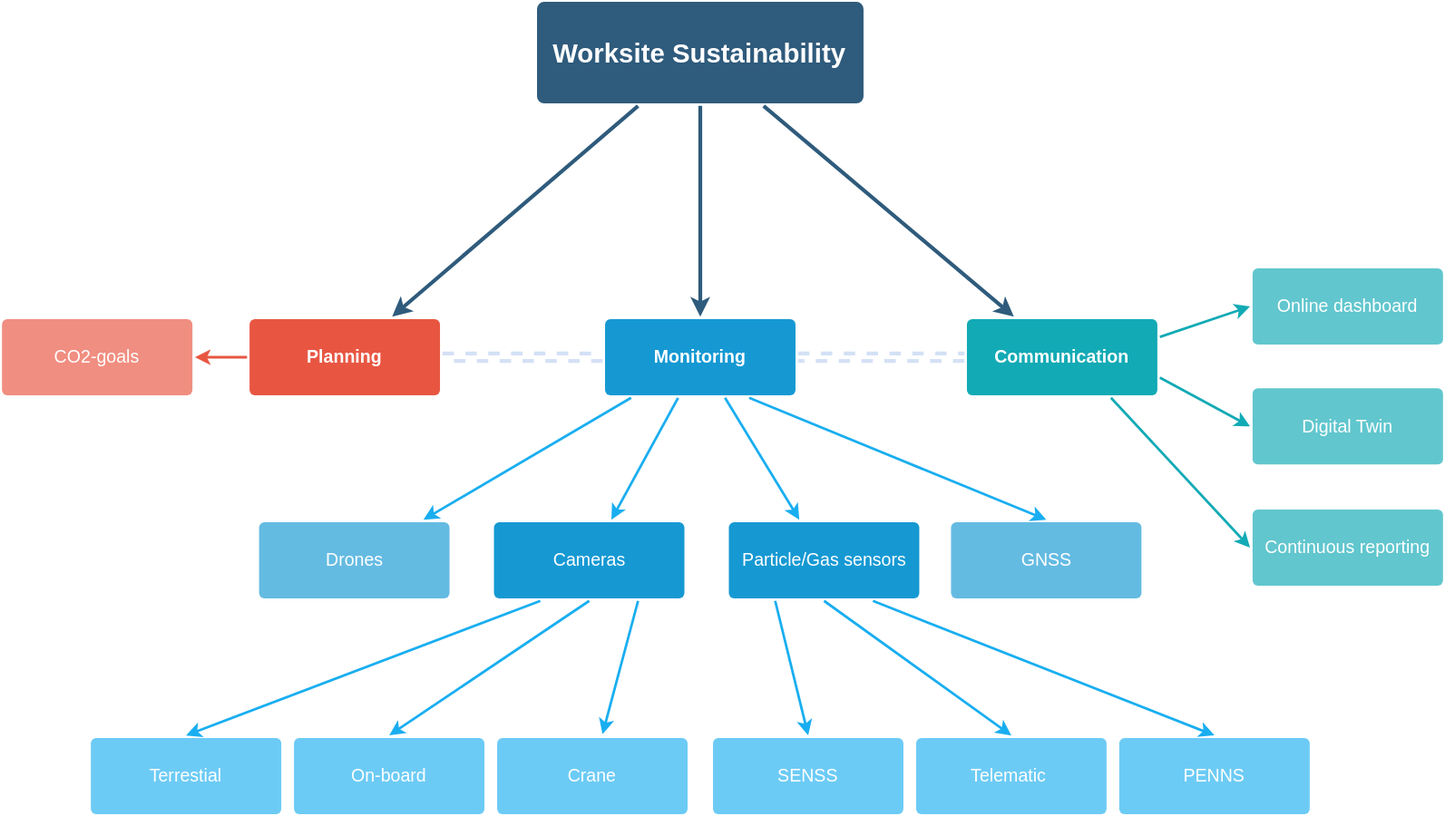
Kristoffernegendahl/Femern keeps this draw.io diagram as diagrams/Sustainability.svg. Above is the earlier version. Source tidied: cells renumbered, new cells last; positions are measured from the earlier drawing's top-left corner, leaving out a move shared by most shapes.
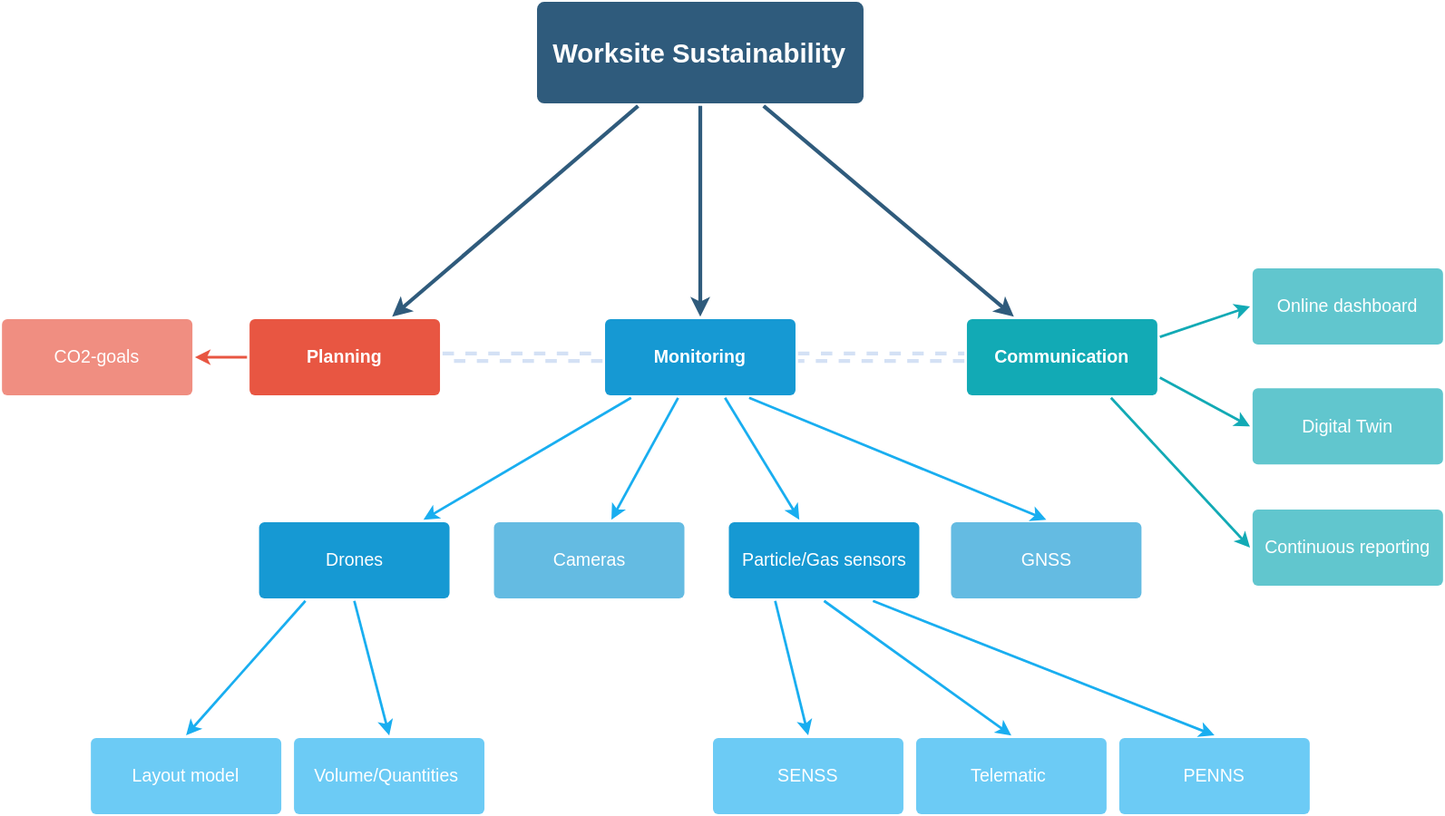
Above is the later version.

Change to the diagram source:
```diff
@@ -56,19 +56,16 @@
     <mxCell id="19" value="Particle/Gas sensors" style="rounded=1;whiteSpace=wrap;html=1;shadow=0;labelBackgroundColor=none;strokeColor=none;strokeWidth=3;fillColor=#1699D3;fontFamily=Helvetica;fontSize=14;fontColor=#FFFFFF;align=center;spacing=5;arcSize=7;perimeterSpacing=2;" parent="1" vertex="1">
       <mxGeometry x="572.5" y="410" width="150" height="60" as="geometry" />
     </mxCell>
-    <mxCell id="20" style="edgeStyle=none;rounded=0;jettySize=auto;html=1;exitX=0.25;exitY=1;exitDx=0;exitDy=0;entryX=0.5;entryY=0;entryDx=0;entryDy=0;strokeColor=#19AEF0;strokeWidth=2;endSize=6;startSize=1;" parent="1" edge="1" source="23" target="31">
-      <mxGeometry relative="1" as="geometry" />
-    </mxCell>
-    <mxCell id="21" style="edgeStyle=none;rounded=0;jettySize=auto;html=1;exitX=0.5;exitY=1;exitDx=0;exitDy=0;entryX=0.5;entryY=0;entryDx=0;entryDy=0;strokeColor=#19AEF0;strokeWidth=2;endSize=6;startSize=1;" parent="1" edge="1" source="23" target="32">
-      <mxGeometry relative="1" as="geometry" />
-    </mxCell>
-    <mxCell id="22" style="edgeStyle=none;rounded=0;jettySize=auto;html=1;exitX=0.75;exitY=1;exitDx=0;exitDy=0;entryX=0.552;entryY=-0.016;entryDx=0;entryDy=0;entryPerimeter=0;strokeColor=#19AEF0;strokeWidth=2;endSize=6;startSize=1;" parent="1" edge="1" source="23" target="33">
-      <mxGeometry relative="1" as="geometry" />
-    </mxCell>
-    <mxCell id="23" value="Cameras" style="rounded=1;whiteSpace=wrap;html=1;shadow=0;labelBackgroundColor=none;strokeColor=none;strokeWidth=3;fillColor=#1699D3;fontFamily=Helvetica;fontSize=14;fontColor=#FFFFFF;align=center;spacing=5;arcSize=7;perimeterSpacing=2;" parent="1" vertex="1">
+    <mxCell id="23" value="Cameras" style="rounded=1;whiteSpace=wrap;html=1;shadow=0;labelBackgroundColor=none;strokeColor=none;strokeWidth=3;fillColor=#64BBE2;fontFamily=Helvetica;fontSize=14;fontColor=#FFFFFF;align=center;spacing=5;arcSize=7;perimeterSpacing=2;" parent="1" vertex="1">
       <mxGeometry x="387.5" y="410" width="150" height="60" as="geometry" />
     </mxCell>
+    <mxCell id="39" style="edgeStyle=none;rounded=0;jettySize=auto;html=1;exitX=0.25;exitY=1;exitDx=0;exitDy=0;entryX=0.5;entryY=0;entryDx=0;entryDy=0;fontSize=21;strokeColor=#19AEF0;strokeWidth=2;" parent="1" edge="1" source="24" target="31">
+      <mxGeometry relative="1" as="geometry" />
+    </mxCell>
+    <mxCell id="40" style="edgeStyle=none;rounded=0;jettySize=auto;html=1;exitX=0.5;exitY=1;exitDx=0;exitDy=0;entryX=0.5;entryY=0;entryDx=0;entryDy=0;fontSize=21;strokeColor=#19AEF0;strokeWidth=2;" parent="1" edge="1" source="24" target="32">
+      <mxGeometry relative="1" as="geometry" />
+    </mxCell>
-    <mxCell id="24" value="Drones" style="rounded=1;whiteSpace=wrap;html=1;shadow=0;labelBackgroundColor=none;strokeColor=none;strokeWidth=3;fillColor=#64bbe2;fontFamily=Helvetica;fontSize=14;fontColor=#FFFFFF;align=center;spacing=5;arcSize=7;perimeterSpacing=2;" parent="1" vertex="1">
+    <mxCell id="24" value="Drones" style="rounded=1;whiteSpace=wrap;html=1;shadow=0;labelBackgroundColor=none;strokeColor=none;strokeWidth=3;fillColor=#1699D3;fontFamily=Helvetica;fontSize=14;fontColor=#FFFFFF;align=center;spacing=5;arcSize=7;perimeterSpacing=2;" parent="1" vertex="1">
       <mxGeometry x="202.5" y="410" width="150" height="60" as="geometry" />
     </mxCell>
     <mxCell id="25" style="edgeStyle=none;rounded=0;jettySize=auto;html=1;exitX=1;exitY=0.25;exitDx=0;exitDy=0;entryX=0;entryY=0.5;entryDx=0;entryDy=0;fontSize=21;strokeColor=#12AAB5;strokeWidth=2;" parent="1" edge="1" source="28" target="30">
@@ -89,15 +86,12 @@
     <mxCell id="30" value="Online dashboard" style="rounded=1;whiteSpace=wrap;html=1;shadow=0;labelBackgroundColor=none;strokeColor=none;strokeWidth=3;fillColor=#61c6ce;fontFamily=Helvetica;fontSize=14;fontColor=#FFFFFF;align=center;spacing=5;fontStyle=0;arcSize=7;perimeterSpacing=2;" parent="1" vertex="1">
       <mxGeometry x="985" y="210" width="150" height="60" as="geometry" />
     </mxCell>
-    <mxCell id="31" value="Terrestial" style="rounded=1;whiteSpace=wrap;html=1;shadow=0;labelBackgroundColor=none;strokeColor=none;strokeWidth=3;fillColor=#6CCBF5;fontFamily=Helvetica;fontSize=14;fontColor=#FFFFFF;align=center;spacing=5;arcSize=7;perimeterSpacing=2;" parent="1" vertex="1">
+    <mxCell id="31" value="Layout model" style="rounded=1;whiteSpace=wrap;html=1;shadow=0;labelBackgroundColor=none;strokeColor=none;strokeWidth=3;fillColor=#6CCBF5;fontFamily=Helvetica;fontSize=14;fontColor=#FFFFFF;align=center;spacing=5;arcSize=7;perimeterSpacing=2;" parent="1" vertex="1">
       <mxGeometry x="70" y="580" width="150" height="60" as="geometry" />
     </mxCell>
-    <mxCell id="32" value="On-board" style="rounded=1;whiteSpace=wrap;html=1;shadow=0;labelBackgroundColor=none;strokeColor=none;strokeWidth=3;fillColor=#6CCBF5;fontFamily=Helvetica;fontSize=14;fontColor=#FFFFFF;align=center;spacing=5;arcSize=7;perimeterSpacing=2;" parent="1" vertex="1">
+    <mxCell id="32" value="Volume/Quantities&amp;nbsp;" style="rounded=1;whiteSpace=wrap;html=1;shadow=0;labelBackgroundColor=none;strokeColor=none;strokeWidth=3;fillColor=#6CCBF5;fontFamily=Helvetica;fontSize=14;fontColor=#FFFFFF;align=center;spacing=5;arcSize=7;perimeterSpacing=2;" parent="1" vertex="1">
       <mxGeometry x="230" y="580" width="150" height="60" as="geometry" />
     </mxCell>
-    <mxCell id="33" value="Crane" style="rounded=1;whiteSpace=wrap;html=1;shadow=0;labelBackgroundColor=none;strokeColor=none;strokeWidth=3;fillColor=#6CCBF5;fontFamily=Helvetica;fontSize=14;fontColor=#FFFFFF;align=center;spacing=5;arcSize=7;perimeterSpacing=2;" parent="1" vertex="1">
-      <mxGeometry x="390" y="580" width="150" height="60" as="geometry" />
-    </mxCell>
     <mxCell id="34" value="GNSS" style="rounded=1;whiteSpace=wrap;html=1;shadow=0;labelBackgroundColor=none;strokeColor=none;strokeWidth=3;fillColor=#64bbe2;fontFamily=Helvetica;fontSize=14;fontColor=#FFFFFF;align=center;spacing=5;arcSize=7;perimeterSpacing=2;" parent="1" vertex="1">
       <mxGeometry x="747.5" y="410" width="150" height="60" as="geometry" />
     </mxCell>
```
